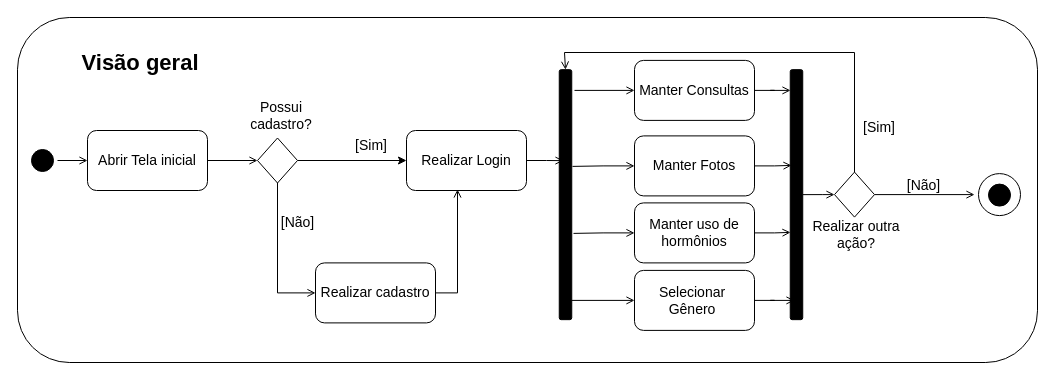
Above: diagrama-atividade.drawio in brenojsilva/diagramas-es-1 (draw.io), before the change. Source tidied: cells renumbered, new cells numbered last; positions are measured from the earlier drawing's top-left corner, leaving out a move shared by most shapes. Both pictures are drawn from the tidied source at 100%, with x=0, y=0 at pixel (17, 17).
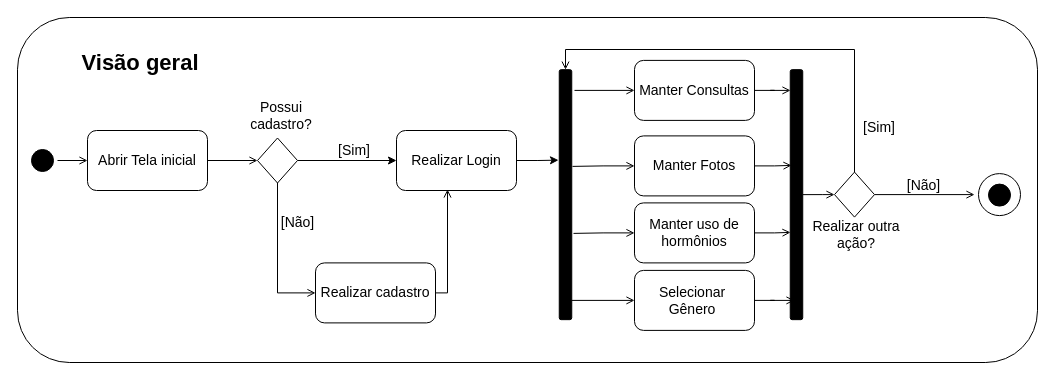
Above is the later version.

The change refers to these unchanged cells:
```xml
<mxCell id="7" style="rounded=1;whiteSpace=wrap;html=1;rotation=-90;fillColor=#000000;" parent="1" vertex="1">
  <mxGeometry x="423" y="170.9" width="250" height="12.5" as="geometry" />
</mxCell>
<mxCell id="13" value="Realizar cadastro" style="rounded=1;whiteSpace=wrap;html=1;fontSize=14;" parent="1" vertex="1">
  <mxGeometry x="298" y="245.4" width="120" height="60" as="geometry" />
</mxCell>
<mxCell id="31" style="rhombus;whiteSpace=wrap;html=1;" parent="1" vertex="1">
  <mxGeometry x="817" y="154.6" width="40" height="45" as="geometry" />
</mxCell>
```

Diff of the diagram source:
```diff
@@
     <mxCell id="12" style="edgeStyle=orthogonalEdgeStyle;rounded=0;jettySize=auto;html=1;entryX=0.425;entryY=0.983;entryDx=0;entryDy=0;entryPerimeter=0;endArrow=open;endFill=0;exitX=1;exitY=0.5;exitDx=0;exitDy=0;" parent="1" edge="1" source="13" target="41">
-      <mxGeometry relative="1" as="geometry" />
+      <mxGeometry relative="1" as="geometry">
+        <Array as="points">
+          <mxPoint x="430" y="275" />
+        </Array>
+      </mxGeometry>
     </mxCell>
@@
     <mxCell id="18" value="&lt;font style=&quot;font-size: 14px;&quot;&gt;[Sim]&lt;/font&gt;" style="text;html=1;strokeColor=none;fillColor=none;align=center;verticalAlign=middle;whiteSpace=wrap;rounded=0;fontSize=14;" parent="1" vertex="1">
-      <mxGeometry x="302" y="113" width="104" height="30" as="geometry" />
+      <mxGeometry x="285" y="118.4" width="104" height="30" as="geometry" />
     </mxCell>
@@
-    <mxCell id="30" style="edgeStyle=orthogonalEdgeStyle;rounded=0;jettySize=auto;html=1;entryX=1;entryY=0.5;entryDx=0;entryDy=0;exitX=0.5;exitY=0;exitDx=0;exitDy=0;endArrow=open;endFill=0;" parent="1" edge="1" source="31" target="7">
+    <mxCell id="30" style="edgeStyle=orthogonalEdgeStyle;rounded=0;jettySize=auto;html=1;entryX=1;entryY=0.5;entryDx=0;entryDy=0;endArrow=open;endFill=0;" parent="1" edge="1" source="31" target="7">
       <mxGeometry relative="1" as="geometry">
         <Array as="points">
-          <mxPoint x="837" y="35" />
-          <mxPoint x="547" y="35" />
+          <mxPoint x="837" y="32" />
+          <mxPoint x="548" y="32" />
         </Array>
       </mxGeometry>
     </mxCell>
@@
-    <mxCell id="40" style="edgeStyle=orthogonalEdgeStyle;rounded=0;jettySize=auto;html=1;entryX=0.636;entryY=0.34;entryDx=0;entryDy=0;entryPerimeter=0;endArrow=open;endFill=0;" parent="1" edge="1" source="41" target="7">
+    <mxCell id="40" style="edgeStyle=orthogonalEdgeStyle;rounded=0;jettySize=auto;html=1;entryX=0.638;entryY=-0.06;entryDx=0;entryDy=0;entryPerimeter=0;" parent="1" edge="1" source="41" target="7">
       <mxGeometry relative="1" as="geometry" />
     </mxCell>
     <mxCell id="41" value="Realizar Login" style="rounded=1;whiteSpace=wrap;html=1;fontSize=14;" parent="1" vertex="1">
-      <mxGeometry x="389" y="113" width="120" height="60" as="geometry" />
+      <mxGeometry x="379" y="113" width="120" height="60" as="geometry" />
     </mxCell>
```
